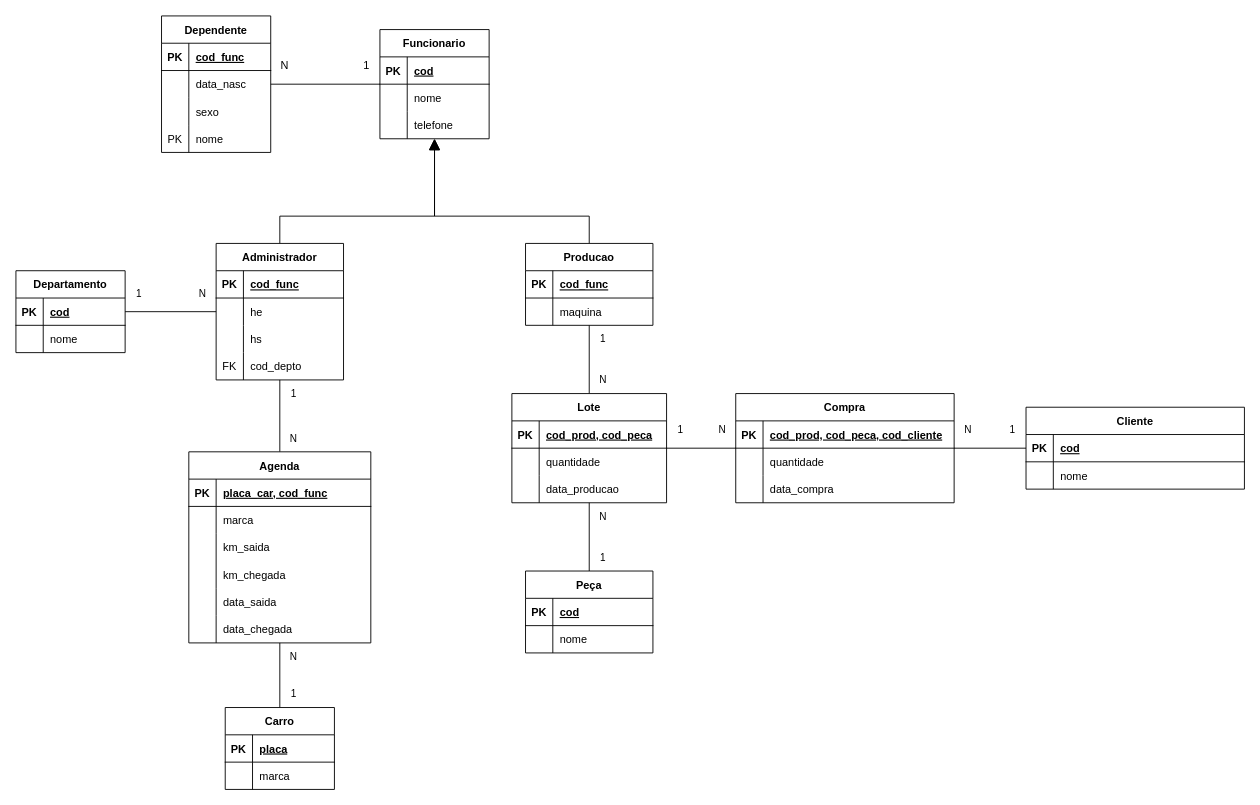
Earlier version of the draw.io diagram 3semana/oficina/Resposta_Oficina_1.drawio (JoaoPedroMDP/BD2). Source tidied: cells renumbered, new cells numbered last; positions are measured from the earlier drawing's top-left corner, leaving out a move shared by most shapes. Both pictures are drawn from the tidied source at 91%, with x=0, y=0 at pixel (15, 15).
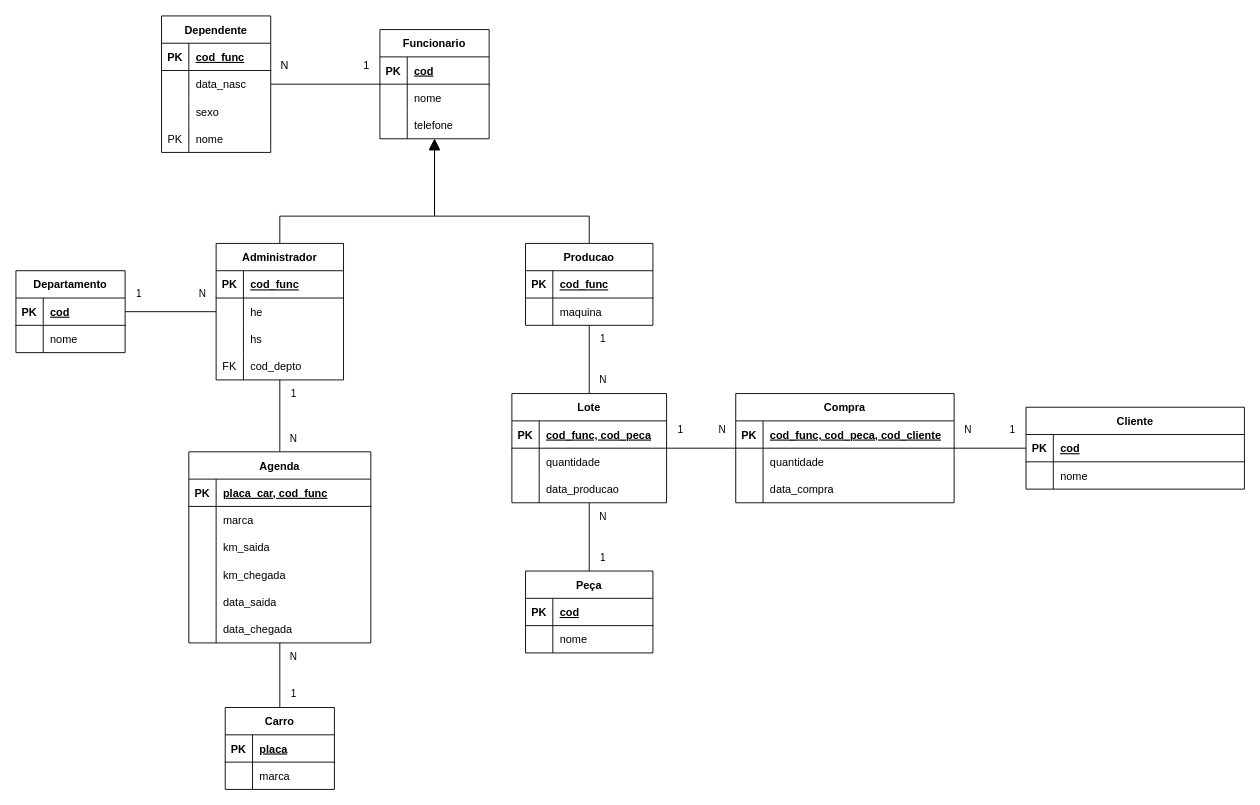
The same page after the edit.

The change refers to these unchanged cells:
```xml
<mxCell id="102" style="shape=tableRow;horizontal=0;startSize=0;swimlaneHead=0;swimlaneBody=0;fillColor=none;top=0;left=0;right=0;bottom=1;" parent="101" vertex="1">
  <mxGeometry y="30" width="170" height="30" as="geometry" />
</mxCell>
<mxCell id="118" style="shape=tableRow;horizontal=0;startSize=0;swimlaneHead=0;swimlaneBody=0;fillColor=none;top=0;left=0;right=0;bottom=1;" parent="117" vertex="1">
  <mxGeometry y="30" width="240" height="30" as="geometry" />
</mxCell>
```

What changed in the source:
```diff
@@
-    <mxCell id="104" value="cod_prod, cod_peca" style="shape=partialRectangle;fillColor=none;top=0;left=0;bottom=0;right=0;align=left;spacingLeft=6;fontStyle=5;overflow=hidden;" parent="102" vertex="1">
+    <mxCell id="104" value="cod_func, cod_peca" style="shape=partialRectangle;fillColor=none;top=0;left=0;bottom=0;right=0;align=left;spacingLeft=6;fontStyle=5;overflow=hidden;" parent="102" vertex="1">
       <mxGeometry x="30" width="140" height="30" as="geometry" />
     </mxCell>
@@
-    <mxCell id="120" value="cod_prod, cod_peca, cod_cliente" style="shape=partialRectangle;fillColor=none;top=0;left=0;bottom=0;right=0;align=left;spacingLeft=6;fontStyle=5;overflow=hidden;" parent="118" vertex="1">
+    <mxCell id="120" value="cod_func, cod_peca, cod_cliente" style="shape=partialRectangle;fillColor=none;top=0;left=0;bottom=0;right=0;align=left;spacingLeft=6;fontStyle=5;overflow=hidden;" parent="118" vertex="1">
       <mxGeometry x="30" width="210" height="30" as="geometry" />
     </mxCell>
```
